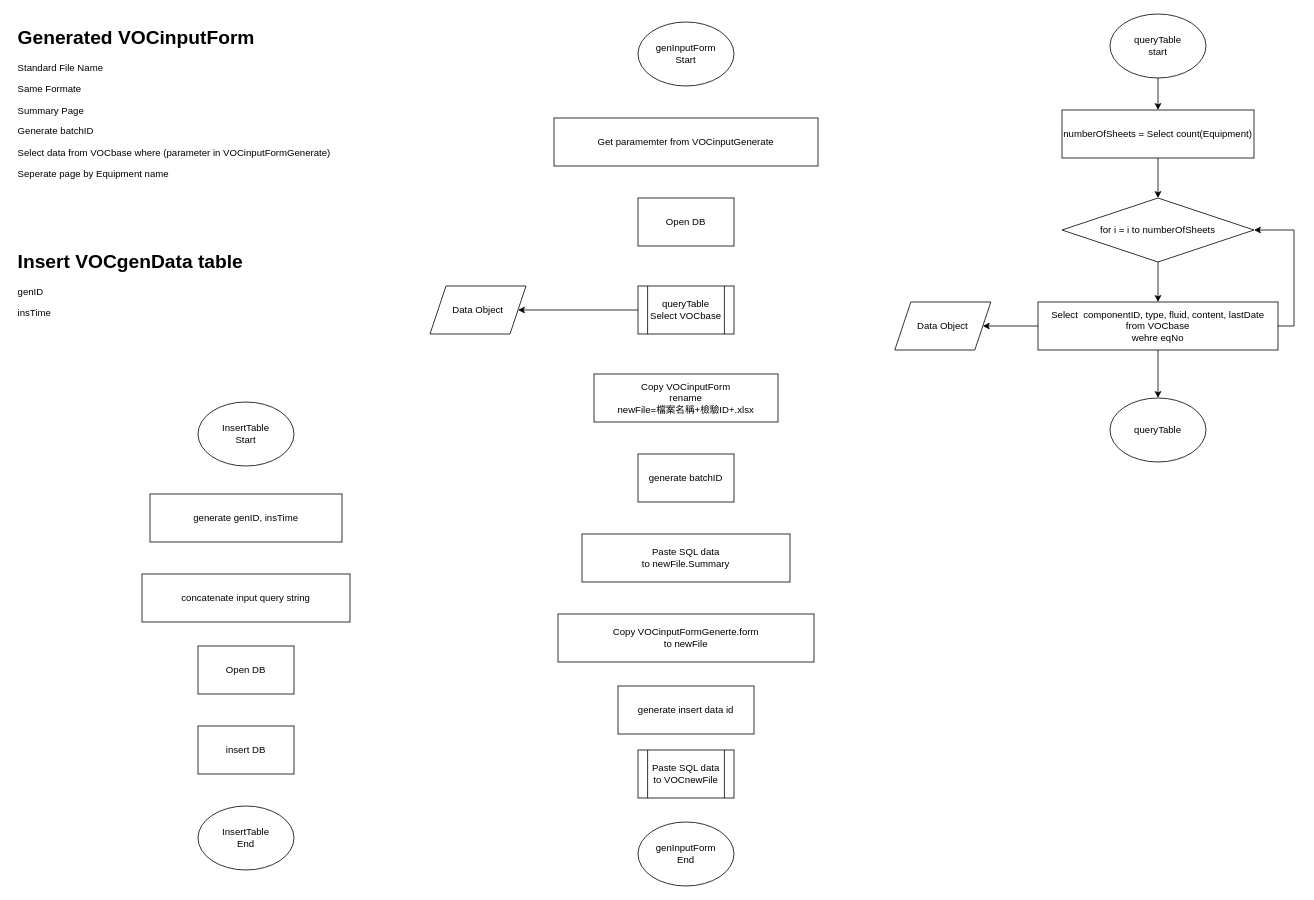
Isa821101/cv keeps this draw.io diagram as page "AF Main" (2 of 2) of 未命名绘图.drawio. Above is the earlier version. Source tidied: cells renumbered, new cells numbered last; positions are measured from the earlier drawing's top-left corner, leaving out a move shared by most shapes. Both pictures are drawn from the tidied source at 80%, with x=0, y=0 at pixel (14, 14).
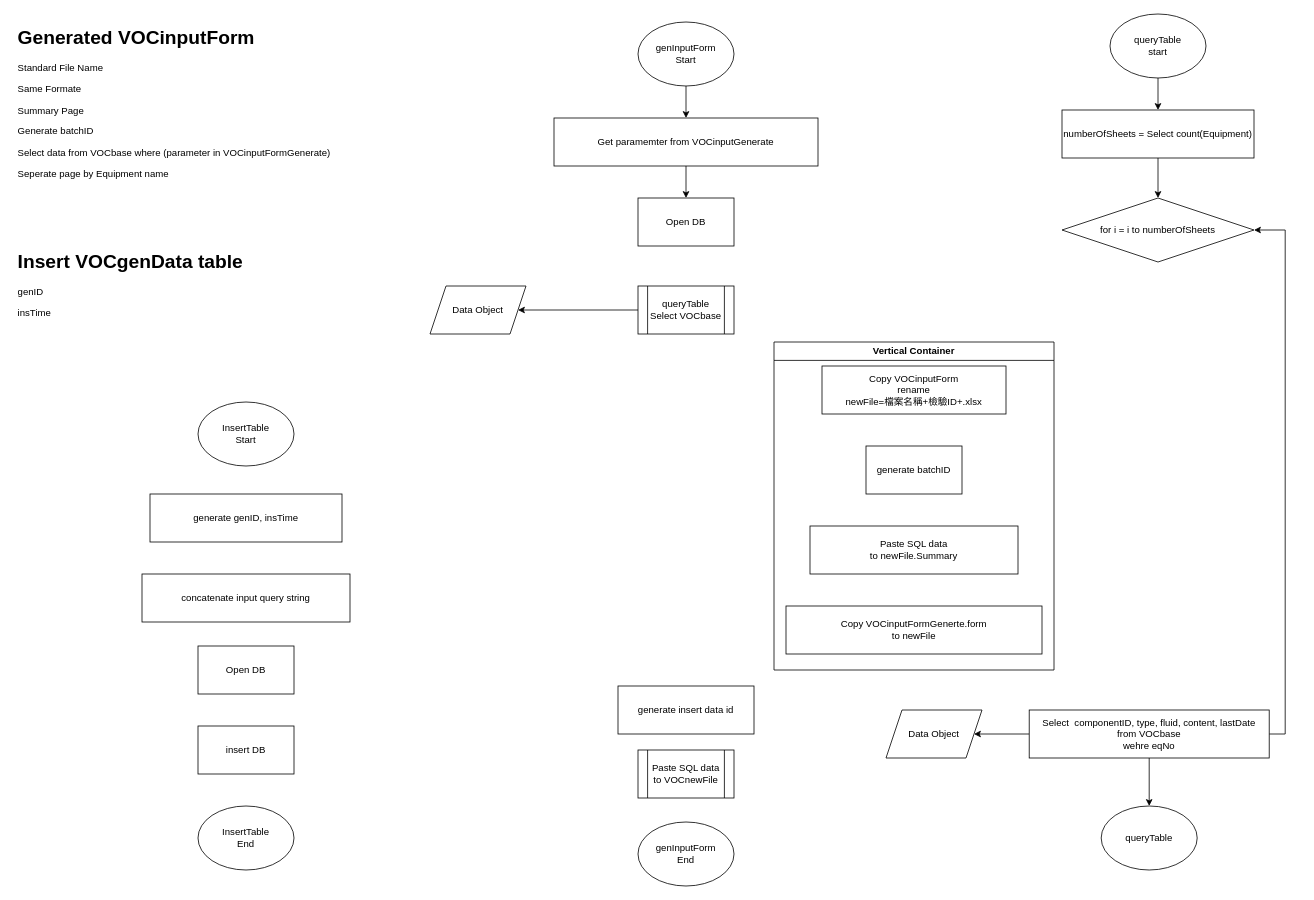
The same diagram, later.

Commit message:
更新未命名绘图.drawio

Unchanged cells that the change refers to:
```xml
<mxCell id="4" value="genInputForm&lt;br&gt;Start" style="ellipse;whiteSpace=wrap;html=1;" parent="1" vertex="1">
  <mxGeometry x="780" y="10" width="120" height="80" as="geometry" />
</mxCell>
<mxCell id="6" value="Get paramemter from VOCinputGenerate" style="rounded=0;whiteSpace=wrap;html=1;" parent="1" vertex="1">
  <mxGeometry x="675" y="130" width="330" height="60" as="geometry" />
</mxCell>
<mxCell id="7" value="Open DB" style="rounded=0;whiteSpace=wrap;html=1;" parent="1" vertex="1">
  <mxGeometry x="780" y="230" width="120" height="60" as="geometry" />
</mxCell>
<mxCell id="32" value="for i = i to numberOfSheets" style="rhombus;whiteSpace=wrap;html=1;" parent="1" vertex="1">
  <mxGeometry x="1310" y="230" width="240" height="80" as="geometry" />
</mxCell>
```

What changed in the source:
```diff
@@
+    <mxCell id="35" style="edgeStyle=orthogonalEdgeStyle;rounded=0;jettySize=auto;html=1;exitX=0.5;exitY=1;exitDx=0;exitDy=0;entryX=0.5;entryY=0;entryDx=0;entryDy=0;" parent="1" edge="1" source="4" target="6">
+      <mxGeometry relative="1" as="geometry" />
+    </mxCell>
@@
-    <mxCell id="5" value="Copy VOCinputForm&lt;br&gt;rename&lt;br&gt;newFile=檔案名稱+檢驗ID+.xlsx" style="rounded=0;whiteSpace=wrap;html=1;" parent="1" vertex="1">
-      <mxGeometry x="725" y="450" width="230" height="60" as="geometry" />
-    </mxCell>
+    <mxCell id="36" style="edgeStyle=orthogonalEdgeStyle;rounded=0;jettySize=auto;html=1;exitX=0.5;exitY=1;exitDx=0;exitDy=0;entryX=0.5;entryY=0;entryDx=0;entryDy=0;" parent="1" edge="1" source="6" target="7">
+      <mxGeometry relative="1" as="geometry" />
+    </mxCell>
@@
-    <mxCell id="8" value="generate batchID" style="rounded=0;whiteSpace=wrap;html=1;" parent="1" vertex="1">
-      <mxGeometry x="780" y="550" width="120" height="60" as="geometry" />
-    </mxCell>
@@
-    <mxCell id="11" value="Paste SQL data &lt;br&gt;to newFile.Summary" style="rounded=0;whiteSpace=wrap;html=1;" parent="1" vertex="1">
-      <mxGeometry x="710" y="650" width="260" height="60" as="geometry" />
-    </mxCell>
@@
-    <mxCell id="16" value="Copy VOCinputFormGenerte.form&lt;br&gt;to newFile" style="rounded=0;whiteSpace=wrap;html=1;" parent="1" vertex="1">
-      <mxGeometry x="680" y="750" width="320" height="60" as="geometry" />
-    </mxCell>
@@
     <mxCell id="29" value="Select&amp;nbsp; componentID, type, fluid, content, lastDate&lt;br&gt;from VOCbase&lt;br&gt;wehre eqNo" style="rounded=0;whiteSpace=wrap;html=1;" parent="1" vertex="1">
-      <mxGeometry x="1280" y="360" width="300" height="60" as="geometry" />
+      <mxGeometry x="1269" y="870" width="300" height="60" as="geometry" />
     </mxCell>
@@
-    <mxCell id="31" style="edgeStyle=orthogonalEdgeStyle;rounded=0;jettySize=auto;html=1;exitX=0.5;exitY=1;exitDx=0;exitDy=0;" parent="1" edge="1" source="32" target="29">
-      <mxGeometry relative="1" as="geometry" />
-    </mxCell>
@@
     <mxCell id="33" value="Data Object" style="shape=parallelogram;perimeter=parallelogramPerimeter;whiteSpace=wrap;html=1;fixedSize=1;" parent="1" vertex="1">
-      <mxGeometry x="1101" y="360" width="120" height="60" as="geometry" />
+      <mxGeometry x="1090" y="870" width="120" height="60" as="geometry" />
     </mxCell>
     <mxCell id="34" value="queryTable" style="ellipse;whiteSpace=wrap;html=1;" parent="1" vertex="1">
-      <mxGeometry x="1370" y="480" width="120" height="80" as="geometry" />
+      <mxGeometry x="1359" y="990" width="120" height="80" as="geometry" />
     </mxCell>
+    <mxCell id="37" value="Vertical Container" style="swimlane;whiteSpace=wrap;html=1;" parent="1" vertex="1">
+      <mxGeometry x="950" y="410" width="350" height="410" as="geometry" />
+    </mxCell>
+    <mxCell id="5" value="Copy VOCinputForm&lt;br&gt;rename&lt;br&gt;newFile=檔案名稱+檢驗ID+.xlsx" style="rounded=0;whiteSpace=wrap;html=1;" parent="37" vertex="1">
+      <mxGeometry x="60" y="30" width="230" height="60" as="geometry" />
+    </mxCell>
+    <mxCell id="8" value="generate batchID" style="rounded=0;whiteSpace=wrap;html=1;" parent="37" vertex="1">
+      <mxGeometry x="115" y="130" width="120" height="60" as="geometry" />
+    </mxCell>
+    <mxCell id="11" value="Paste SQL data &lt;br&gt;to newFile.Summary" style="rounded=0;whiteSpace=wrap;html=1;" parent="37" vertex="1">
+      <mxGeometry x="45" y="230" width="260" height="60" as="geometry" />
+    </mxCell>
+    <mxCell id="16" value="Copy VOCinputFormGenerte.form&lt;br&gt;to newFile" style="rounded=0;whiteSpace=wrap;html=1;" parent="37" vertex="1">
+      <mxGeometry x="15" y="330" width="320" height="60" as="geometry" />
+    </mxCell>
```
